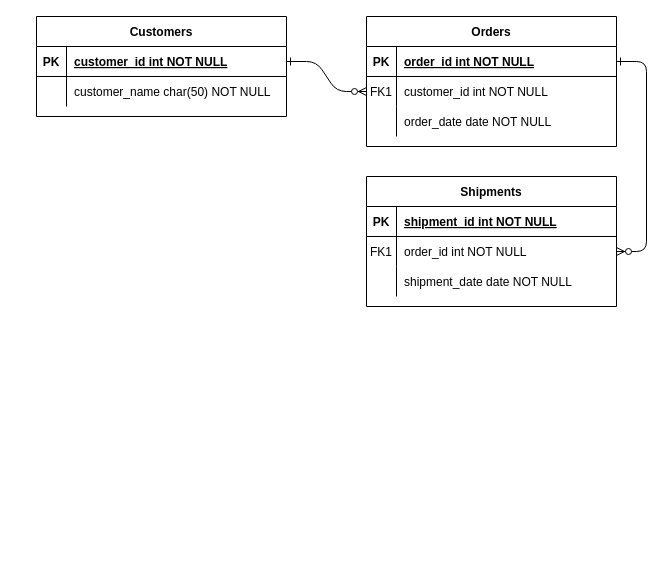
Earlier version of the draw.io diagram Untitled Diagram.drawio (4GeeksAcademy/mlinhho-exercise-instagram-data-modeling). Source tidied: cells renumbered, new cells numbered last; positions are measured from the earlier drawing's top-left corner, leaving out a move shared by most shapes. Both pictures are drawn from the tidied source at 100%, with x=0, y=0 at pixel (36, 16).
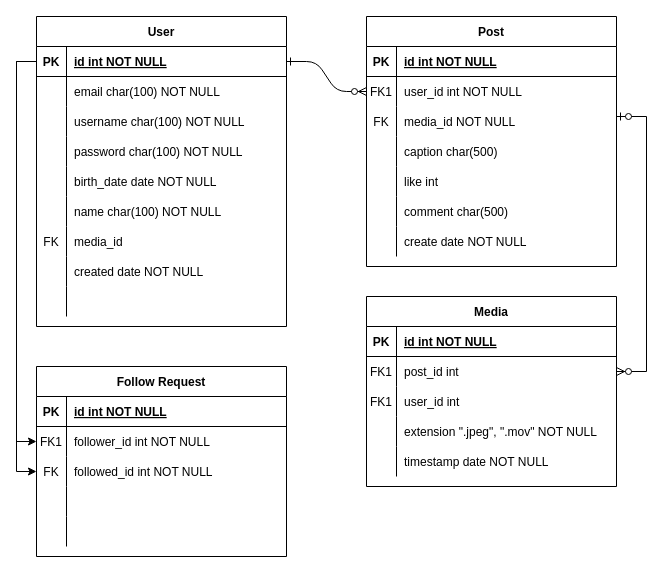
Above is the later version.

Unchanged cells that the change refers to:
```xml
<mxCell id="5" style="shape=partialRectangle;fillColor=none;points=[[0,0.5],[1,0.5]];portConstraint=eastwest;top=0;left=0;right=0;bottom=1;" parent="4" vertex="1">
  <mxGeometry y="30" width="250" height="30" as="geometry" />
</mxCell>
<mxCell id="8" style="shape=partialRectangle;fillColor=none;points=[[0,0.5],[1,0.5]];portConstraint=eastwest;top=0;left=0;right=0;bottom=0;" parent="4" vertex="1">
  <mxGeometry y="60" width="250" height="30" as="geometry" />
</mxCell>
<mxCell id="11" style="shape=partialRectangle;fillColor=none;top=0;left=0;right=0;bottom=0;" parent="4" vertex="1">
  <mxGeometry y="90" width="250" height="30" as="geometry" />
</mxCell>
<mxCell id="15" style="shape=partialRectangle;fillColor=none;top=0;left=0;right=0;bottom=1;" parent="14" vertex="1">
  <mxGeometry y="30" width="250" height="30" as="geometry" />
</mxCell>
<mxCell id="18" style="shape=partialRectangle;fillColor=none;points=[[0,0.5],[1,0.5]];portConstraint=eastwest;top=0;left=0;right=0;bottom=0;" parent="14" vertex="1">
  <mxGeometry y="60" width="250" height="30" as="geometry" />
</mxCell>
<mxCell id="28" style="shape=partialRectangle;fillColor=none;top=0;left=0;right=0;bottom=0;" parent="24" vertex="1">
  <mxGeometry y="60" width="250" height="30" as="geometry" />
</mxCell>
```

The edit, as a diff of the source:
```diff
@@
-    <mxCell id="3" style="edgeStyle=entityRelationEdgeStyle;endArrow=ERzeroToMany;startArrow=ERone;endFill=1;startFill=0;" parent="1" edge="1" source="5" target="18">
-      <mxGeometry relative="1" as="geometry" />
-    </mxCell>
-    <mxCell id="4" value="Orders" style="shape=table;startSize=30;childLayout=tableLayout;rowLines=0;fontStyle=1;align=center;" parent="1" vertex="1">
-      <mxGeometry x="330" width="250" height="130" as="geometry" />
+    <mxCell id="4" value="Post" style="shape=table;startSize=30;childLayout=tableLayout;rowLines=0;fontStyle=1;align=center;" parent="1" vertex="1">
+      <mxGeometry x="330" width="250" height="250" as="geometry" />
     </mxCell>
@@
-    <mxCell id="7" value="order_id int NOT NULL " style="shape=partialRectangle;overflow=hidden;fillColor=none;top=0;left=0;bottom=0;right=0;align=left;spacingLeft=6;fontStyle=5;" parent="5" vertex="1">
+    <mxCell id="7" value="id int NOT NULL " style="shape=partialRectangle;overflow=hidden;fillColor=none;top=0;left=0;bottom=0;right=0;align=left;spacingLeft=6;fontStyle=5;" parent="5" vertex="1">
       <mxGeometry x="30" width="220" height="30" as="geometry" />
     </mxCell>
@@
-    <mxCell id="10" value="customer_id int NOT NULL" style="shape=partialRectangle;overflow=hidden;fillColor=none;top=0;left=0;bottom=0;right=0;align=left;spacingLeft=6;" parent="8" vertex="1">
+    <mxCell id="10" value="user_id int NOT NULL" style="shape=partialRectangle;overflow=hidden;fillColor=none;top=0;left=0;bottom=0;right=0;align=left;spacingLeft=6;" parent="8" vertex="1">
       <mxGeometry x="30" width="220" height="30" as="geometry" />
     </mxCell>
@@
-    <mxCell id="12" style="shape=partialRectangle;overflow=hidden;fillColor=none;top=0;left=0;bottom=0;right=0;" parent="11" vertex="1">
+    <mxCell id="12" value="FK" style="shape=partialRectangle;overflow=hidden;fillColor=none;top=0;left=0;bottom=0;right=0;" parent="11" vertex="1">
       <mxGeometry width="30" height="30" as="geometry" />
     </mxCell>
-    <mxCell id="13" value="order_date date NOT NULL" style="shape=partialRectangle;overflow=hidden;fillColor=none;top=0;left=0;bottom=0;right=0;align=left;spacingLeft=6;" parent="11" vertex="1">
+    <mxCell id="13" value="media_id NOT NULL" style="shape=partialRectangle;overflow=hidden;fillColor=none;top=0;left=0;bottom=0;right=0;align=left;spacingLeft=6;" parent="11" vertex="1">
       <mxGeometry x="30" width="220" height="30" as="geometry" />
     </mxCell>
+    <mxCell id="31" style="shape=partialRectangle;fillColor=none;top=0;left=0;right=0;bottom=0;" parent="4" vertex="1">
+      <mxGeometry y="120" width="250" height="30" as="geometry" />
+    </mxCell>
+    <mxCell id="32" style="shape=partialRectangle;overflow=hidden;fillColor=none;top=0;left=0;bottom=0;right=0;" parent="31" vertex="1">
+      <mxGeometry width="30" height="30" as="geometry" />
+    </mxCell>
+    <mxCell id="33" value="caption char(500)" style="shape=partialRectangle;overflow=hidden;fillColor=none;top=0;left=0;bottom=0;right=0;align=left;spacingLeft=6;" parent="31" vertex="1">
+      <mxGeometry x="30" width="220" height="30" as="geometry" />
+    </mxCell>
+    <mxCell id="34" style="shape=partialRectangle;fillColor=none;top=0;left=0;right=0;bottom=0;" parent="4" vertex="1">
+      <mxGeometry y="150" width="250" height="30" as="geometry" />
+    </mxCell>
+    <mxCell id="35" style="shape=partialRectangle;overflow=hidden;fillColor=none;top=0;left=0;bottom=0;right=0;" parent="34" vertex="1">
+      <mxGeometry width="30" height="30" as="geometry" />
+    </mxCell>
+    <mxCell id="36" value="like int" style="shape=partialRectangle;overflow=hidden;fillColor=none;top=0;left=0;bottom=0;right=0;align=left;spacingLeft=6;" parent="34" vertex="1">
+      <mxGeometry x="30" width="220" height="30" as="geometry" />
+    </mxCell>
+    <mxCell id="37" style="shape=partialRectangle;fillColor=none;top=0;left=0;right=0;bottom=0;" parent="4" vertex="1">
+      <mxGeometry y="180" width="250" height="30" as="geometry" />
+    </mxCell>
+    <mxCell id="38" style="shape=partialRectangle;overflow=hidden;fillColor=none;top=0;left=0;bottom=0;right=0;" parent="37" vertex="1">
+      <mxGeometry width="30" height="30" as="geometry" />
+    </mxCell>
+    <mxCell id="39" value="comment char(500)" style="shape=partialRectangle;overflow=hidden;fillColor=none;top=0;left=0;bottom=0;right=0;align=left;spacingLeft=6;" parent="37" vertex="1">
+      <mxGeometry x="30" width="220" height="30" as="geometry" />
+    </mxCell>
+    <mxCell id="40" style="shape=partialRectangle;fillColor=none;top=0;left=0;right=0;bottom=0;" parent="4" vertex="1">
+      <mxGeometry y="210" width="250" height="30" as="geometry" />
+    </mxCell>
+    <mxCell id="41" style="shape=partialRectangle;overflow=hidden;fillColor=none;top=0;left=0;bottom=0;right=0;" parent="40" vertex="1">
+      <mxGeometry width="30" height="30" as="geometry" />
+    </mxCell>
+    <mxCell id="42" value="create date NOT NULL" style="shape=partialRectangle;overflow=hidden;fillColor=none;top=0;left=0;bottom=0;right=0;align=left;spacingLeft=6;" parent="40" vertex="1">
+      <mxGeometry x="30" width="220" height="30" as="geometry" />
+    </mxCell>
-    <mxCell id="14" value="Shipments" style="shape=table;startSize=30;childLayout=tableLayout;rowLines=0;fontStyle=1;align=center;" parent="1" vertex="1">
-      <mxGeometry x="330" y="160" width="250" height="130" as="geometry" />
+    <mxCell id="14" value="Media" style="shape=table;startSize=30;childLayout=tableLayout;rowLines=0;fontStyle=1;align=center;" parent="1" vertex="1">
+      <mxGeometry x="330" y="280" width="250" height="190" as="geometry" />
     </mxCell>
@@
-    <mxCell id="17" value="shipment_id int NOT NULL " style="shape=partialRectangle;overflow=hidden;fillColor=none;top=0;left=0;bottom=0;right=0;align=left;spacingLeft=6;fontStyle=5;" parent="15" vertex="1">
+    <mxCell id="17" value="id int NOT NULL " style="shape=partialRectangle;overflow=hidden;fillColor=none;top=0;left=0;bottom=0;right=0;align=left;spacingLeft=6;fontStyle=5;" parent="15" vertex="1">
       <mxGeometry x="30" width="220" height="30" as="geometry" />
     </mxCell>
@@
-    <mxCell id="20" value="order_id int NOT NULL" style="shape=partialRectangle;overflow=hidden;fillColor=none;top=0;left=0;bottom=0;right=0;align=left;spacingLeft=6;" parent="18" vertex="1">
+    <mxCell id="20" value="post_id int " style="shape=partialRectangle;overflow=hidden;fillColor=none;top=0;left=0;bottom=0;right=0;align=left;spacingLeft=6;" parent="18" vertex="1">
       <mxGeometry x="30" width="220" height="30" as="geometry" />
     </mxCell>
+    <mxCell id="43" style="shape=partialRectangle;fillColor=none;top=0;left=0;right=0;bottom=0;" parent="14" vertex="1">
+      <mxGeometry y="90" width="250" height="30" as="geometry" />
+    </mxCell>
+    <mxCell id="44" value="FK1" style="shape=partialRectangle;overflow=hidden;fillColor=none;top=0;left=0;bottom=0;right=0;" parent="43" vertex="1">
+      <mxGeometry width="30" height="30" as="geometry" />
+    </mxCell>
+    <mxCell id="45" value="user_id int " style="shape=partialRectangle;overflow=hidden;fillColor=none;top=0;left=0;bottom=0;right=0;align=left;spacingLeft=6;" parent="43" vertex="1">
+      <mxGeometry x="30" width="220" height="30" as="geometry" />
+    </mxCell>
     <mxCell id="21" style="shape=partialRectangle;fillColor=none;top=0;left=0;right=0;bottom=0;" parent="14" vertex="1">
-      <mxGeometry y="90" width="250" height="30" as="geometry" />
+      <mxGeometry y="120" width="250" height="30" as="geometry" />
     </mxCell>
@@
-    <mxCell id="23" value="shipment_date date NOT NULL" style="shape=partialRectangle;overflow=hidden;fillColor=none;top=0;left=0;bottom=0;right=0;align=left;spacingLeft=6;" parent="21" vertex="1">
+    <mxCell id="23" value="extension &quot;.jpeg&quot;, &quot;.mov&quot; NOT NULL" style="shape=partialRectangle;overflow=hidden;fillColor=none;top=0;left=0;bottom=0;right=0;align=left;spacingLeft=6;" parent="21" vertex="1">
       <mxGeometry x="30" width="220" height="30" as="geometry" />
     </mxCell>
+    <mxCell id="46" style="shape=partialRectangle;fillColor=none;top=0;left=0;right=0;bottom=0;" parent="14" vertex="1">
+      <mxGeometry y="150" width="250" height="30" as="geometry" />
+    </mxCell>
+    <mxCell id="47" style="shape=partialRectangle;overflow=hidden;fillColor=none;top=0;left=0;bottom=0;right=0;" parent="46" vertex="1">
+      <mxGeometry width="30" height="30" as="geometry" />
+    </mxCell>
+    <mxCell id="48" value="timestamp date NOT NULL" style="shape=partialRectangle;overflow=hidden;fillColor=none;top=0;left=0;bottom=0;right=0;align=left;spacingLeft=6;" parent="46" vertex="1">
+      <mxGeometry x="30" width="220" height="30" as="geometry" />
+    </mxCell>
-    <mxCell id="24" value="Customers" style="shape=table;startSize=30;childLayout=tableLayout;rowLines=0;fontStyle=1;align=center;" parent="1" vertex="1">
-      <mxGeometry width="250" height="100" as="geometry" />
+    <mxCell id="24" value="User" style="shape=table;startSize=30;childLayout=tableLayout;rowLines=0;fontStyle=1;align=center;" parent="1" vertex="1">
+      <mxGeometry width="250" height="310" as="geometry" />
     </mxCell>
-    <mxCell id="25" style="shape=partialRectangle;fillColor=none;points=[[0,0.5],[1,0.5]];portConstraint=eastwest;top=0;left=0;right=0;bottom=1;" parent="24" vertex="1">
+    <mxCell id="25" style="shape=partialRectangle;fillColor=none;points=[[0,0.5,0,0,0],[1,0.5,0,0,0]];portConstraint=eastwest;top=0;left=0;right=0;bottom=1;" parent="24" vertex="1">
       <mxGeometry y="30" width="250" height="30" as="geometry" />
     </mxCell>
@@
-    <mxCell id="27" value="customer_id int NOT NULL " style="shape=partialRectangle;overflow=hidden;fillColor=none;top=0;left=0;bottom=0;right=0;align=left;spacingLeft=6;fontStyle=5;" parent="25" vertex="1">
+    <mxCell id="27" value="id int NOT NULL " style="shape=partialRectangle;overflow=hidden;fillColor=none;top=0;left=0;bottom=0;right=0;align=left;spacingLeft=6;fontStyle=5;" parent="25" vertex="1">
       <mxGeometry x="30" width="220" height="30" as="geometry" />
     </mxCell>
@@
-    <mxCell id="30" value="customer_name char(50) NOT NULL" style="shape=partialRectangle;overflow=hidden;fillColor=none;top=0;left=0;bottom=0;right=0;align=left;spacingLeft=6;" parent="28" vertex="1">
+    <mxCell id="30" value="email char(100) NOT NULL" style="shape=partialRectangle;overflow=hidden;fillColor=none;top=0;left=0;bottom=0;right=0;align=left;spacingLeft=6;" parent="28" vertex="1">
       <mxGeometry x="30" width="220" height="30" as="geometry" />
     </mxCell>
+    <mxCell id="49" style="shape=partialRectangle;fillColor=none;top=0;left=0;right=0;bottom=0;" parent="24" vertex="1">
+      <mxGeometry y="90" width="250" height="30" as="geometry" />
+    </mxCell>
+    <mxCell id="50" style="shape=partialRectangle;overflow=hidden;fillColor=none;top=0;left=0;bottom=0;right=0;" parent="49" vertex="1">
+      <mxGeometry width="30" height="30" as="geometry" />
+    </mxCell>
+    <mxCell id="51" value="username char(100) NOT NULL" style="shape=partialRectangle;overflow=hidden;fillColor=none;top=0;left=0;bottom=0;right=0;align=left;spacingLeft=6;" parent="49" vertex="1">
+      <mxGeometry x="30" width="220" height="30" as="geometry" />
+    </mxCell>
+    <mxCell id="52" style="shape=partialRectangle;fillColor=none;top=0;left=0;right=0;bottom=0;" parent="24" vertex="1">
+      <mxGeometry y="120" width="250" height="30" as="geometry" />
+    </mxCell>
+    <mxCell id="53" style="shape=partialRectangle;overflow=hidden;fillColor=none;top=0;left=0;bottom=0;right=0;" parent="52" vertex="1">
+      <mxGeometry width="30" height="30" as="geometry" />
+    </mxCell>
+    <mxCell id="54" value="password char(100) NOT NULL" style="shape=partialRectangle;overflow=hidden;fillColor=none;top=0;left=0;bottom=0;right=0;align=left;spacingLeft=6;" parent="52" vertex="1">
+      <mxGeometry x="30" width="220" height="30" as="geometry" />
+    </mxCell>
+    <mxCell id="55" style="shape=partialRectangle;fillColor=none;top=0;left=0;right=0;bottom=0;" parent="24" vertex="1">
+      <mxGeometry y="150" width="250" height="30" as="geometry" />
+    </mxCell>
+    <mxCell id="56" style="shape=partialRectangle;overflow=hidden;fillColor=none;top=0;left=0;bottom=0;right=0;" parent="55" vertex="1">
+      <mxGeometry width="30" height="30" as="geometry" />
+    </mxCell>
+    <mxCell id="57" value="birth_date date NOT NULL" style="shape=partialRectangle;overflow=hidden;fillColor=none;top=0;left=0;bottom=0;right=0;align=left;spacingLeft=6;" parent="55" vertex="1">
+      <mxGeometry x="30" width="220" height="30" as="geometry" />
+    </mxCell>
+    <mxCell id="58" style="shape=partialRectangle;fillColor=none;top=0;left=0;right=0;bottom=0;" parent="24" vertex="1">
+      <mxGeometry y="180" width="250" height="30" as="geometry" />
+    </mxCell>
+    <mxCell id="59" style="shape=partialRectangle;overflow=hidden;fillColor=none;top=0;left=0;bottom=0;right=0;" parent="58" vertex="1">
+      <mxGeometry width="30" height="30" as="geometry" />
+    </mxCell>
+    <mxCell id="60" value="name char(100) NOT NULL" style="shape=partialRectangle;overflow=hidden;fillColor=none;top=0;left=0;bottom=0;right=0;align=left;spacingLeft=6;" parent="58" vertex="1">
+      <mxGeometry x="30" width="220" height="30" as="geometry" />
+    </mxCell>
+    <mxCell id="61" style="shape=partialRectangle;fillColor=none;top=0;left=0;right=0;bottom=0;" parent="24" vertex="1">
+      <mxGeometry y="210" width="250" height="30" as="geometry" />
+    </mxCell>
+    <mxCell id="62" value="FK" style="shape=partialRectangle;overflow=hidden;fillColor=none;top=0;left=0;bottom=0;right=0;" parent="61" vertex="1">
+      <mxGeometry width="30" height="30" as="geometry" />
+    </mxCell>
+    <mxCell id="63" value="media_id" style="shape=partialRectangle;overflow=hidden;fillColor=none;top=0;left=0;bottom=0;right=0;align=left;spacingLeft=6;" parent="61" vertex="1">
+      <mxGeometry x="30" width="220" height="30" as="geometry" />
+    </mxCell>
+    <mxCell id="64" style="shape=partialRectangle;fillColor=none;top=0;left=0;right=0;bottom=0;" parent="24" vertex="1">
+      <mxGeometry y="240" width="250" height="30" as="geometry" />
+    </mxCell>
+    <mxCell id="65" style="shape=partialRectangle;overflow=hidden;fillColor=none;top=0;left=0;bottom=0;right=0;" parent="64" vertex="1">
+      <mxGeometry width="30" height="30" as="geometry" />
+    </mxCell>
+    <mxCell id="66" value="created date NOT NULL" style="shape=partialRectangle;overflow=hidden;fillColor=none;top=0;left=0;bottom=0;right=0;align=left;spacingLeft=6;" parent="64" vertex="1">
+      <mxGeometry x="30" width="220" height="30" as="geometry" />
+    </mxCell>
+    <mxCell id="67" style="shape=partialRectangle;fillColor=none;top=0;left=0;right=0;bottom=0;" parent="24" vertex="1">
+      <mxGeometry y="270" width="250" height="30" as="geometry" />
+    </mxCell>
+    <mxCell id="68" style="shape=partialRectangle;overflow=hidden;fillColor=none;top=0;left=0;bottom=0;right=0;" parent="67" vertex="1">
+      <mxGeometry width="30" height="30" as="geometry" />
+    </mxCell>
+    <mxCell id="69" style="shape=partialRectangle;overflow=hidden;fillColor=none;top=0;left=0;bottom=0;right=0;align=left;spacingLeft=6;" parent="67" vertex="1">
+      <mxGeometry x="30" width="220" height="30" as="geometry" />
+    </mxCell>
+    <mxCell id="70" value="Follow Request" style="shape=table;startSize=30;childLayout=tableLayout;rowLines=0;fontStyle=1;align=center;" parent="1" vertex="1">
+      <mxGeometry y="350" width="250" height="190" as="geometry" />
+    </mxCell>
+    <mxCell id="71" style="shape=partialRectangle;fillColor=none;top=0;left=0;right=0;bottom=1;" parent="70" vertex="1">
+      <mxGeometry y="30" width="250" height="30" as="geometry" />
+    </mxCell>
+    <mxCell id="72" value="PK" style="shape=partialRectangle;overflow=hidden;fillColor=none;top=0;left=0;bottom=0;right=0;fontStyle=1;" parent="71" vertex="1">
+      <mxGeometry width="30" height="30" as="geometry" />
+    </mxCell>
+    <mxCell id="73" value="id int NOT NULL " style="shape=partialRectangle;overflow=hidden;fillColor=none;top=0;left=0;bottom=0;right=0;align=left;spacingLeft=6;fontStyle=5;" parent="71" vertex="1">
+      <mxGeometry x="30" width="220" height="30" as="geometry" />
+    </mxCell>
+    <mxCell id="74" style="shape=partialRectangle;fillColor=none;points=[[0,0.5],[1,0.5]];portConstraint=eastwest;top=0;left=0;right=0;bottom=0;" parent="70" vertex="1">
+      <mxGeometry y="60" width="250" height="30" as="geometry" />
+    </mxCell>
+    <mxCell id="75" value="FK1" style="shape=partialRectangle;overflow=hidden;fillColor=none;top=0;left=0;bottom=0;right=0;" parent="74" vertex="1">
+      <mxGeometry width="30" height="30" as="geometry" />
+    </mxCell>
+    <mxCell id="76" value="follower_id int NOT NULL" style="shape=partialRectangle;overflow=hidden;fillColor=none;top=0;left=0;bottom=0;right=0;align=left;spacingLeft=6;" parent="74" vertex="1">
+      <mxGeometry x="30" width="220" height="30" as="geometry" />
+    </mxCell>
+    <mxCell id="77" style="shape=partialRectangle;fillColor=none;points=[[0,0.5],[1,0.5]];portConstraint=eastwest;top=0;left=0;right=0;bottom=0;" parent="70" vertex="1">
+      <mxGeometry y="90" width="250" height="30" as="geometry" />
+    </mxCell>
+    <mxCell id="78" value="FK" style="shape=partialRectangle;overflow=hidden;fillColor=none;top=0;left=0;bottom=0;right=0;" parent="77" vertex="1">
+      <mxGeometry width="30" height="30" as="geometry" />
+    </mxCell>
+    <mxCell id="79" value="followed_id int NOT NULL" style="shape=partialRectangle;overflow=hidden;fillColor=none;top=0;left=0;bottom=0;right=0;align=left;spacingLeft=6;" parent="77" vertex="1">
+      <mxGeometry x="30" width="220" height="30" as="geometry" />
+    </mxCell>
+    <mxCell id="80" style="shape=partialRectangle;fillColor=none;top=0;left=0;right=0;bottom=0;" parent="70" vertex="1">
+      <mxGeometry y="120" width="250" height="30" as="geometry" />
+    </mxCell>
+    <mxCell id="81" style="shape=partialRectangle;overflow=hidden;fillColor=none;top=0;left=0;bottom=0;right=0;" parent="80" vertex="1">
+      <mxGeometry width="30" height="30" as="geometry" />
+    </mxCell>
+    <mxCell id="82" style="shape=partialRectangle;overflow=hidden;fillColor=none;top=0;left=0;bottom=0;right=0;align=left;spacingLeft=6;" parent="80" vertex="1">
+      <mxGeometry x="30" width="220" height="30" as="geometry" />
+    </mxCell>
+    <mxCell id="83" style="shape=partialRectangle;fillColor=none;top=0;left=0;right=0;bottom=0;" parent="70" vertex="1">
+      <mxGeometry y="150" width="250" height="30" as="geometry" />
+    </mxCell>
+    <mxCell id="84" style="shape=partialRectangle;overflow=hidden;fillColor=none;top=0;left=0;bottom=0;right=0;" parent="83" vertex="1">
+      <mxGeometry width="30" height="30" as="geometry" />
+    </mxCell>
+    <mxCell id="85" style="shape=partialRectangle;overflow=hidden;fillColor=none;top=0;left=0;bottom=0;right=0;align=left;spacingLeft=6;" parent="83" vertex="1">
+      <mxGeometry x="30" width="220" height="30" as="geometry" />
+    </mxCell>
+    <mxCell id="86" style="edgeStyle=orthogonalEdgeStyle;rounded=0;jettySize=auto;html=1;exitX=0;exitY=0.5;exitDx=0;exitDy=0;exitPerimeter=0;entryX=0;entryY=0.5;entryDx=0;entryDy=0;" parent="1" edge="1" source="25" target="74">
+      <mxGeometry relative="1" as="geometry" />
+    </mxCell>
+    <mxCell id="87" style="edgeStyle=orthogonalEdgeStyle;rounded=0;jettySize=auto;html=1;exitX=0;exitY=0.5;exitDx=0;exitDy=0;exitPerimeter=0;entryX=0;entryY=0.5;entryDx=0;entryDy=0;" parent="1" edge="1" source="25" target="77">
+      <mxGeometry relative="1" as="geometry" />
+    </mxCell>
+    <mxCell id="88" style="edgeStyle=entityRelationEdgeStyle;fontSize=12;html=1;endArrow=ERzeroToMany;startArrow=ERzeroToOne;rounded=0;entryX=1;entryY=0.5;entryDx=0;entryDy=0;" parent="1" edge="1" target="18">
+      <mxGeometry relative="1" as="geometry">
+        <mxPoint x="580" y="100" as="sourcePoint" />
+      </mxGeometry>
+    </mxCell>
```
